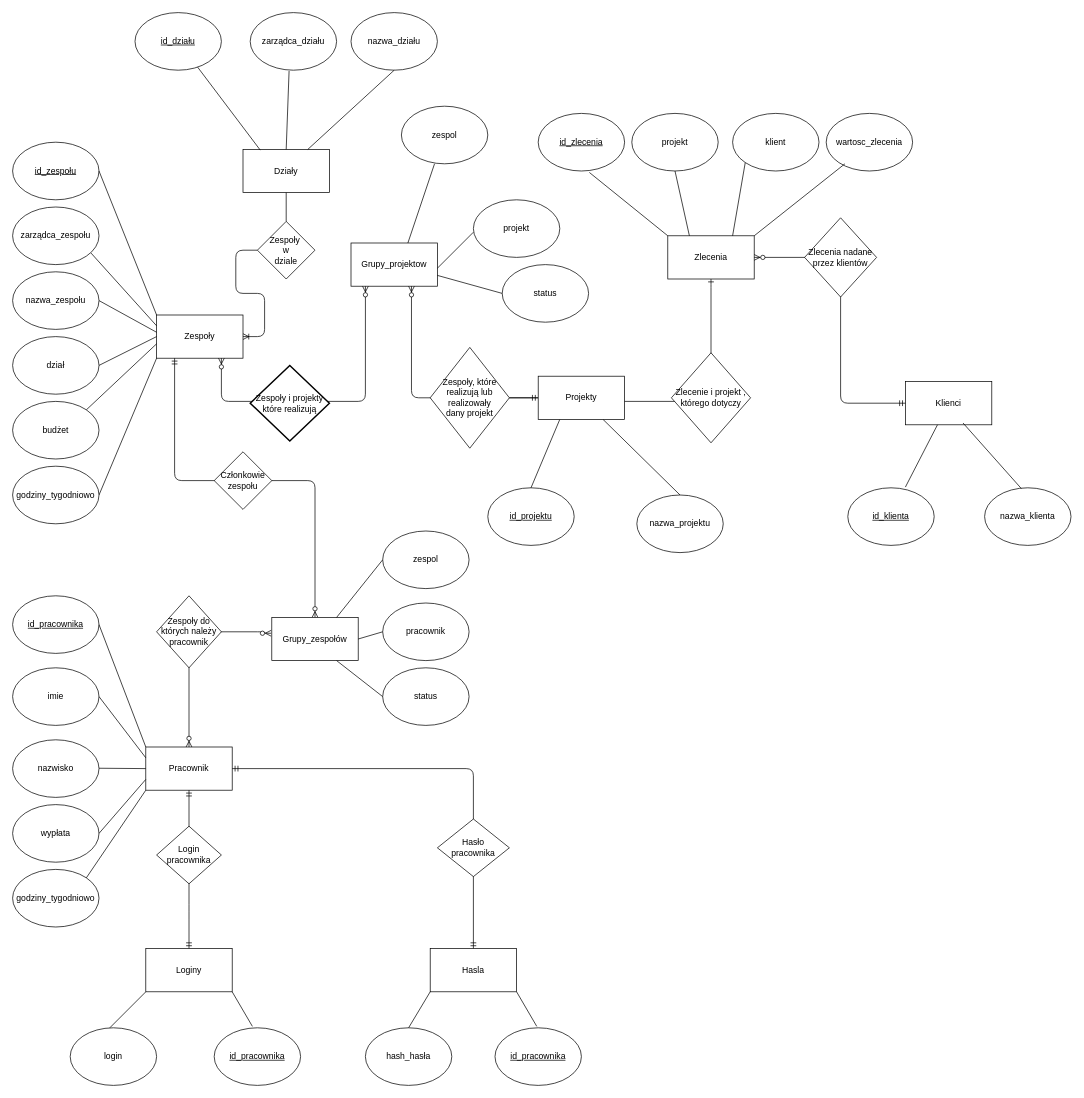
Before: ER_diagram.drawio in Cebulllaaa/Bazy, a draw.io diagram. Source tidied: cells renumbered, new cells numbered last; positions are measured from the earlier drawing's top-left corner, leaving out a move shared by most shapes. Both pictures are drawn from the tidied source at 72%, with x=0, y=0 at pixel (12, 12).
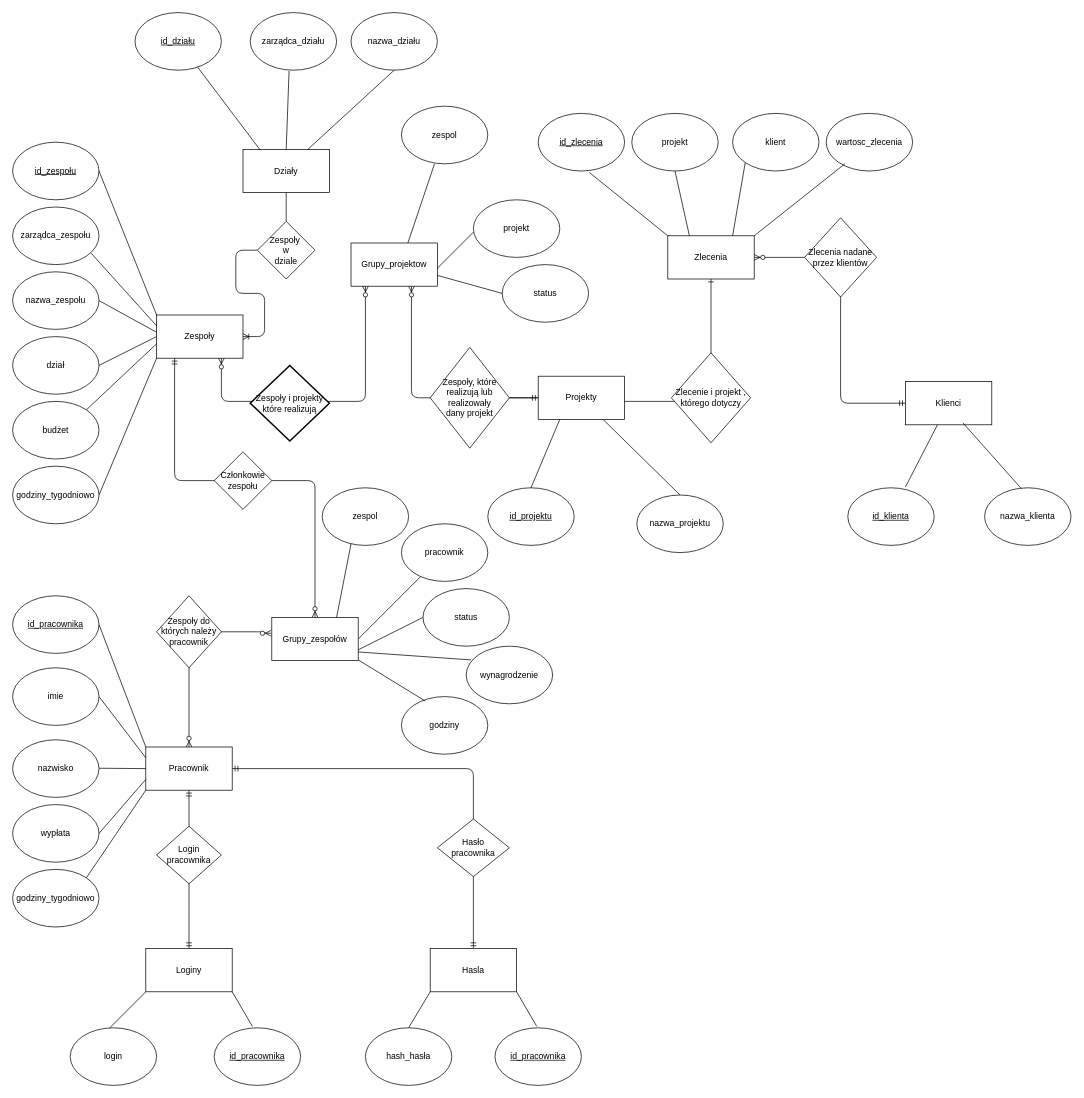
The same diagram, later.

Commit message (it also covers changes not shown here):
Zaimplementowałem diagram przypadków użycia dla zarządcy zespołu

The change refers to these unchanged cells:
```xml
<mxCell id="60" value="Grupy_zespołów" style="rounded=0;whiteSpace=wrap;html=1;" parent="1" vertex="1">
  <mxGeometry x="360" y="840" width="120" height="60" as="geometry" />
</mxCell>
```

Diff of the diagram source:
```diff
@@
     <mxCell id="61" value="zespol" style="ellipse;whiteSpace=wrap;html=1;rounded=0;" parent="1" vertex="1">
-      <mxGeometry x="514" y="720" width="120" height="80" as="geometry" />
+      <mxGeometry x="430" y="660" width="120" height="80" as="geometry" />
     </mxCell>
     <mxCell id="62" value="pracownik" style="ellipse;whiteSpace=wrap;html=1;rounded=0;" parent="1" vertex="1">
-      <mxGeometry x="514" y="820" width="120" height="80" as="geometry" />
+      <mxGeometry x="540" y="710" width="120" height="80" as="geometry" />
     </mxCell>
     <mxCell id="63" value="status" style="ellipse;whiteSpace=wrap;html=1;rounded=0;" parent="1" vertex="1">
-      <mxGeometry x="514" y="910" width="120" height="80" as="geometry" />
+      <mxGeometry x="570" y="800" width="120" height="80" as="geometry" />
     </mxCell>
-    <mxCell id="64" style="endArrow=none;html=1;entryX=0;entryY=0.5;entryDx=0;entryDy=0;" parent="1" edge="1" target="61">
+    <mxCell id="64" style="endArrow=none;html=1;" parent="1" edge="1">
       <mxGeometry relative="1" as="geometry">
         <mxPoint x="450" y="840" as="sourcePoint" />
+        <mxPoint x="470" y="738" as="targetPoint" />
       </mxGeometry>
     </mxCell>
-    <mxCell id="65" style="endArrow=none;html=1;exitX=0;exitY=0.5;exitDx=0;exitDy=0;entryX=0.75;entryY=1;entryDx=0;entryDy=0;" parent="1" edge="1" source="63" target="60">
+    <mxCell id="65" style="endArrow=none;html=1;exitX=0;exitY=0.5;exitDx=0;exitDy=0;entryX=1;entryY=0.75;entryDx=0;entryDy=0;" parent="1" edge="1" source="63" target="60">
       <mxGeometry relative="1" as="geometry" />
     </mxCell>
-    <mxCell id="66" style="endArrow=none;html=1;entryX=0;entryY=0.5;entryDx=0;entryDy=0;" parent="1" edge="1" target="62">
+    <mxCell id="66" style="endArrow=none;html=1;" parent="1" edge="1" target="62">
       <mxGeometry relative="1" as="geometry">
         <mxPoint x="480" y="870" as="sourcePoint" />
       </mxGeometry>
     </mxCell>
@@
+    <mxCell id="96" value="wynagrodzenie" style="ellipse;whiteSpace=wrap;html=1;rounded=0;" parent="1" vertex="1">
+      <mxGeometry x="630" y="880" width="120" height="80" as="geometry" />
+    </mxCell>
+    <mxCell id="97" style="endArrow=none;html=1;exitX=0.054;exitY=0.238;exitDx=0;exitDy=0;exitPerimeter=0;" parent="1" edge="1" source="96">
+      <mxGeometry relative="1" as="geometry">
+        <mxPoint x="480" y="888" as="targetPoint" />
+      </mxGeometry>
+    </mxCell>
+    <mxCell id="98" value="godziny" style="ellipse;whiteSpace=wrap;html=1;rounded=0;" parent="1" vertex="1">
+      <mxGeometry x="540" y="950" width="120" height="80" as="geometry" />
+    </mxCell>
+    <mxCell id="99" style="endArrow=none;html=1;exitX=0.275;exitY=0.076;exitDx=0;exitDy=0;exitPerimeter=0;" parent="1" edge="1" source="98">
+      <mxGeometry relative="1" as="geometry">
+        <mxPoint x="480" y="899" as="targetPoint" />
+      </mxGeometry>
+    </mxCell>
```
